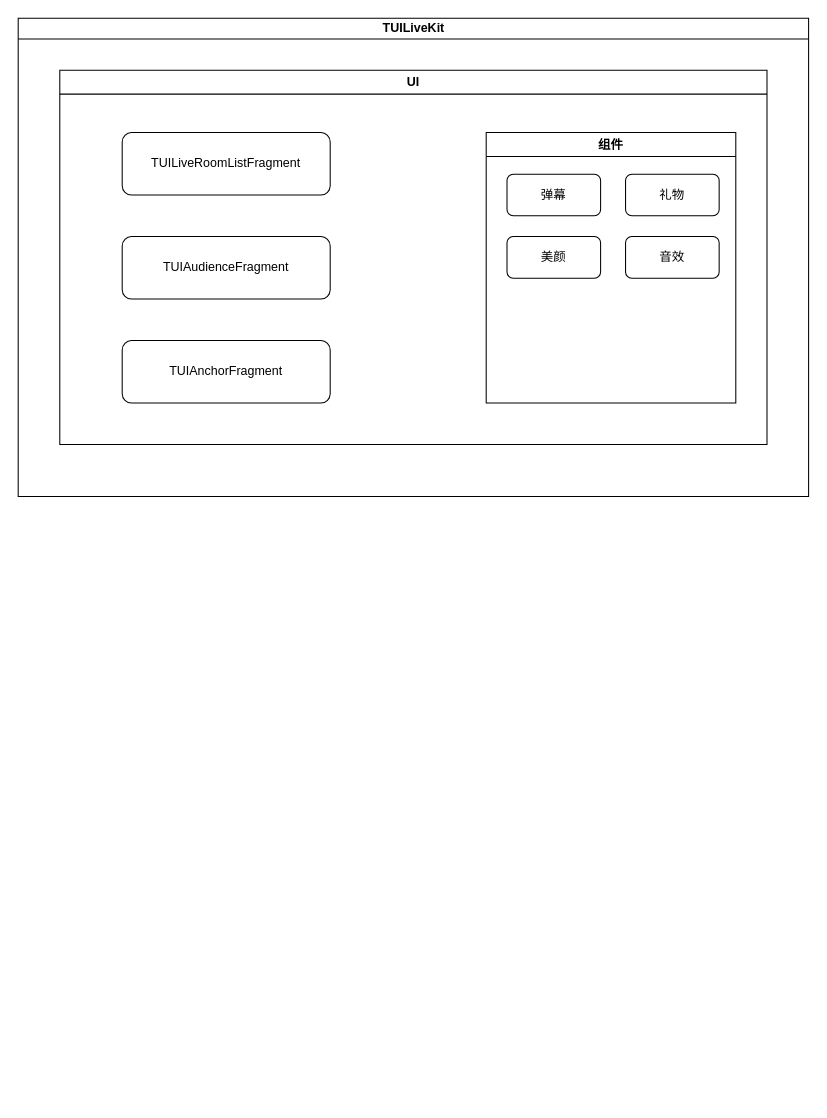
Earlier version of the draw.io diagram diagrams/TUILiveKit.drawio (paopaosecret/resources). Source tidied: cells renumbered, new cells numbered last; positions are measured from the earlier drawing's top-left corner, leaving out a move shared by most shapes. Both pictures are drawn from the tidied source at 104%, with x=0, y=0 at pixel (18, 18).
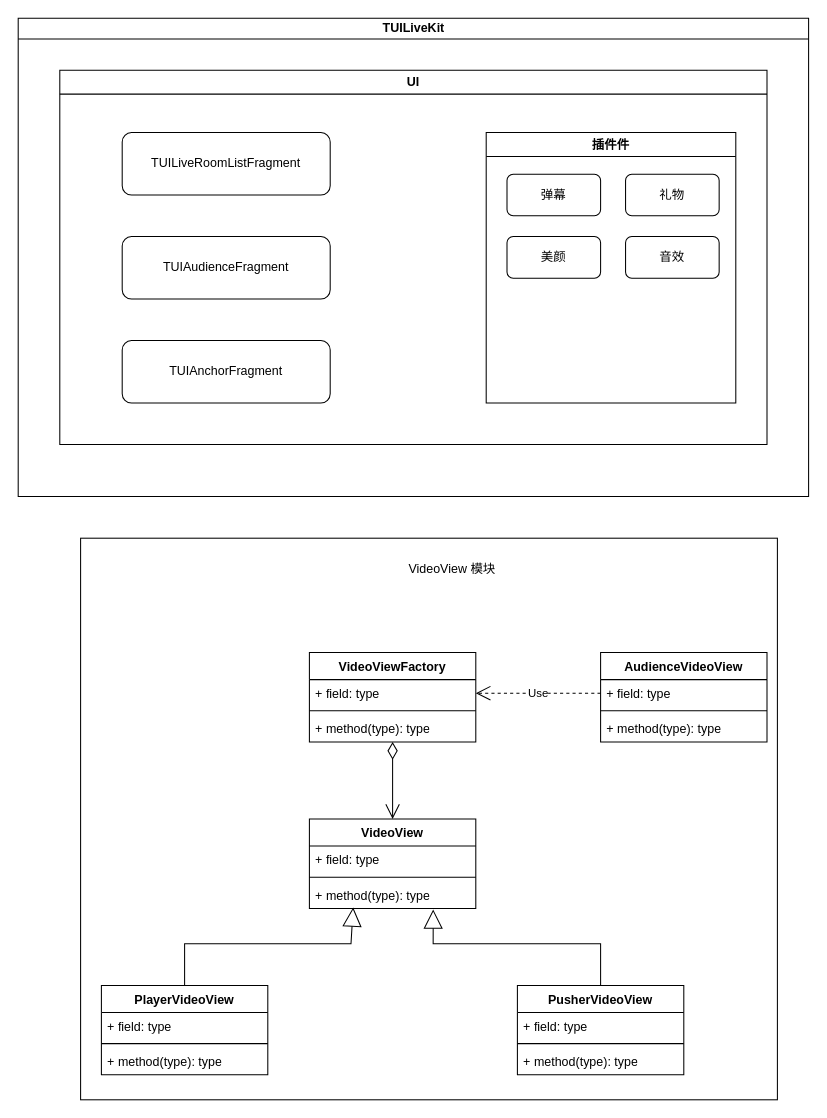
The same diagram, later.

The change refers to these unchanged cells:
```xml
<mxCell id="3" value="UI" style="swimlane;whiteSpace=wrap;html=1;" parent="2" vertex="1">
  <mxGeometry x="40" y="50" width="680" height="360" as="geometry" />
</mxCell>
```

What changed in the source:
```diff
@@
+    <mxCell id="12" style="rounded=0;whiteSpace=wrap;html=1;" parent="1" vertex="1">
+      <mxGeometry x="60" y="500" width="670" height="540" as="geometry" />
+    </mxCell>
@@
-    <mxCell id="7" value="组件" style="swimlane;whiteSpace=wrap;html=1;" parent="3" vertex="1">
+    <mxCell id="7" value="插件件" style="swimlane;whiteSpace=wrap;html=1;" parent="3" vertex="1">
       <mxGeometry x="410" y="60" width="240" height="260" as="geometry" />
     </mxCell>
@@
+    <mxCell id="13" value="VideoView" style="swimlane;fontStyle=1;align=center;verticalAlign=top;horizontal=1;startSize=26;whiteSpace=wrap;html=1;" parent="1" vertex="1">
+      <mxGeometry x="280" y="770" width="160" height="86" as="geometry" />
+    </mxCell>
+    <mxCell id="14" value="+ field: type" style="text;strokeColor=none;fillColor=none;align=left;verticalAlign=top;spacingLeft=4;spacingRight=4;overflow=hidden;whiteSpace=wrap;html=1;" parent="13" vertex="1">
+      <mxGeometry y="26" width="160" height="26" as="geometry" />
+    </mxCell>
+    <mxCell id="15" style="line;strokeWidth=1;fillColor=none;align=left;verticalAlign=middle;spacingTop=-1;spacingLeft=3;spacingRight=3;labelPosition=right;strokeColor=inherit;" parent="13" vertex="1">
+      <mxGeometry y="52" width="160" height="8" as="geometry" />
+    </mxCell>
+    <mxCell id="16" value="+ method(type): type" style="text;strokeColor=none;fillColor=none;align=left;verticalAlign=top;spacingLeft=4;spacingRight=4;overflow=hidden;points=[[0,0.5],[1,0.5]];portConstraint=eastwest;whiteSpace=wrap;html=1;" parent="13" vertex="1">
+      <mxGeometry y="60" width="160" height="26" as="geometry" />
+    </mxCell>
+    <mxCell id="17" value="PusherVideoView" style="swimlane;fontStyle=1;align=center;verticalAlign=top;horizontal=1;startSize=26;whiteSpace=wrap;html=1;" parent="1" vertex="1">
+      <mxGeometry x="480" y="930" width="160" height="86" as="geometry" />
+    </mxCell>
+    <mxCell id="18" value="+ field: type" style="text;strokeColor=none;fillColor=none;align=left;verticalAlign=top;spacingLeft=4;spacingRight=4;overflow=hidden;whiteSpace=wrap;html=1;" parent="17" vertex="1">
+      <mxGeometry y="26" width="160" height="26" as="geometry" />
+    </mxCell>
+    <mxCell id="19" style="line;strokeWidth=1;fillColor=none;align=left;verticalAlign=middle;spacingTop=-1;spacingLeft=3;spacingRight=3;labelPosition=right;strokeColor=inherit;" parent="17" vertex="1">
+      <mxGeometry y="52" width="160" height="8" as="geometry" />
+    </mxCell>
+    <mxCell id="20" value="+ method(type): type" style="text;strokeColor=none;fillColor=none;align=left;verticalAlign=top;spacingLeft=4;spacingRight=4;overflow=hidden;whiteSpace=wrap;html=1;" parent="17" vertex="1">
+      <mxGeometry y="60" width="160" height="26" as="geometry" />
+    </mxCell>
+    <mxCell id="21" value="PlayerVideoView" style="swimlane;fontStyle=1;align=center;verticalAlign=top;horizontal=1;startSize=26;whiteSpace=wrap;html=1;" parent="1" vertex="1">
+      <mxGeometry x="80" y="930" width="160" height="86" as="geometry" />
+    </mxCell>
+    <mxCell id="22" value="+ field: type" style="text;strokeColor=none;fillColor=none;align=left;verticalAlign=top;spacingLeft=4;spacingRight=4;overflow=hidden;whiteSpace=wrap;html=1;" parent="21" vertex="1">
+      <mxGeometry y="26" width="160" height="26" as="geometry" />
+    </mxCell>
+    <mxCell id="23" style="line;strokeWidth=1;fillColor=none;align=left;verticalAlign=middle;spacingTop=-1;spacingLeft=3;spacingRight=3;labelPosition=right;strokeColor=inherit;" parent="21" vertex="1">
+      <mxGeometry y="52" width="160" height="8" as="geometry" />
+    </mxCell>
+    <mxCell id="24" value="+ method(type): type" style="text;strokeColor=none;fillColor=none;align=left;verticalAlign=top;spacingLeft=4;spacingRight=4;overflow=hidden;whiteSpace=wrap;html=1;" parent="21" vertex="1">
+      <mxGeometry y="60" width="160" height="26" as="geometry" />
+    </mxCell>
+    <mxCell id="25" value="AudienceVideoView" style="swimlane;fontStyle=1;align=center;verticalAlign=top;horizontal=1;startSize=26;whiteSpace=wrap;html=1;" parent="1" vertex="1">
+      <mxGeometry x="560" y="610" width="160" height="86" as="geometry" />
+    </mxCell>
+    <mxCell id="26" value="+ field: type" style="text;strokeColor=none;fillColor=none;align=left;verticalAlign=top;spacingLeft=4;spacingRight=4;overflow=hidden;points=[[0,0.5],[1,0.5]];portConstraint=eastwest;whiteSpace=wrap;html=1;" parent="25" vertex="1">
+      <mxGeometry y="26" width="160" height="26" as="geometry" />
+    </mxCell>
+    <mxCell id="27" style="line;strokeWidth=1;fillColor=none;align=left;verticalAlign=middle;spacingTop=-1;spacingLeft=3;spacingRight=3;labelPosition=right;strokeColor=inherit;" parent="25" vertex="1">
+      <mxGeometry y="52" width="160" height="8" as="geometry" />
+    </mxCell>
+    <mxCell id="28" value="+ method(type): type" style="text;strokeColor=none;fillColor=none;align=left;verticalAlign=top;spacingLeft=4;spacingRight=4;overflow=hidden;whiteSpace=wrap;html=1;" parent="25" vertex="1">
+      <mxGeometry y="60" width="160" height="26" as="geometry" />
+    </mxCell>
+    <mxCell id="29" value="VideoViewFactory" style="swimlane;fontStyle=1;align=center;verticalAlign=top;horizontal=1;startSize=26;whiteSpace=wrap;html=1;" parent="1" vertex="1">
+      <mxGeometry x="280" y="610" width="160" height="86" as="geometry" />
+    </mxCell>
+    <mxCell id="30" value="+ field: type" style="text;strokeColor=none;fillColor=none;align=left;verticalAlign=top;spacingLeft=4;spacingRight=4;overflow=hidden;points=[[0,0.5],[1,0.5]];portConstraint=eastwest;whiteSpace=wrap;html=1;" parent="29" vertex="1">
+      <mxGeometry y="26" width="160" height="26" as="geometry" />
+    </mxCell>
+    <mxCell id="31" style="line;strokeWidth=1;fillColor=none;align=left;verticalAlign=middle;spacingTop=-1;spacingLeft=3;spacingRight=3;labelPosition=right;strokeColor=inherit;" parent="29" vertex="1">
+      <mxGeometry y="52" width="160" height="8" as="geometry" />
+    </mxCell>
+    <mxCell id="32" value="+ method(type): type" style="text;strokeColor=none;fillColor=none;align=left;verticalAlign=top;spacingLeft=4;spacingRight=4;overflow=hidden;whiteSpace=wrap;html=1;" parent="29" vertex="1">
+      <mxGeometry y="60" width="160" height="26" as="geometry" />
+    </mxCell>
+    <mxCell id="33" style="endArrow=block;endSize=16;endFill=0;html=1;rounded=0;exitX=0.5;exitY=0;exitDx=0;exitDy=0;entryX=0.263;entryY=0.962;entryDx=0;entryDy=0;entryPerimeter=0;" parent="1" edge="1" source="21" target="16">
+      <mxGeometry relative="1" as="geometry">
+        <Array as="points">
+          <mxPoint x="160" y="890" />
+          <mxPoint x="320" y="890" />
+        </Array>
+      </mxGeometry>
+    </mxCell>
+    <mxCell id="34" style="endArrow=block;endSize=16;endFill=0;html=1;rounded=0;exitX=0.5;exitY=0;exitDx=0;exitDy=0;entryX=0.744;entryY=1.038;entryDx=0;entryDy=0;entryPerimeter=0;" parent="1" edge="1" source="17" target="16">
+      <mxGeometry relative="1" as="geometry">
+        <Array as="points">
+          <mxPoint x="560" y="890" />
+          <mxPoint x="399" y="890" />
+        </Array>
+      </mxGeometry>
+    </mxCell>
+    <mxCell id="35" style="endArrow=open;html=1;endSize=12;startArrow=diamondThin;startSize=14;startFill=0;edgeStyle=orthogonalEdgeStyle;align=left;verticalAlign=bottom;rounded=0;" parent="1" edge="1">
+      <mxGeometry x="-1" y="3" relative="1" as="geometry">
+        <mxPoint x="360" y="696" as="sourcePoint" />
+        <mxPoint x="360" y="770" as="targetPoint" />
+        <Array as="points">
+          <mxPoint x="360" y="739" />
+        </Array>
+      </mxGeometry>
+    </mxCell>
+    <mxCell id="36" value="Use" style="endArrow=open;endSize=12;dashed=1;html=1;rounded=0;exitX=0;exitY=0.5;exitDx=0;exitDy=0;entryX=1;entryY=0.5;entryDx=0;entryDy=0;" parent="1" edge="1" source="26" target="30">
+      <mxGeometry relative="1" as="geometry" />
+    </mxCell>
+    <mxCell id="37" value="VideoView 模块" style="text;html=1;strokeColor=none;fillColor=none;align=center;verticalAlign=middle;whiteSpace=wrap;rounded=0;" parent="1" vertex="1">
+      <mxGeometry x="355" y="515" width="125" height="30" as="geometry" />
+    </mxCell>
```
